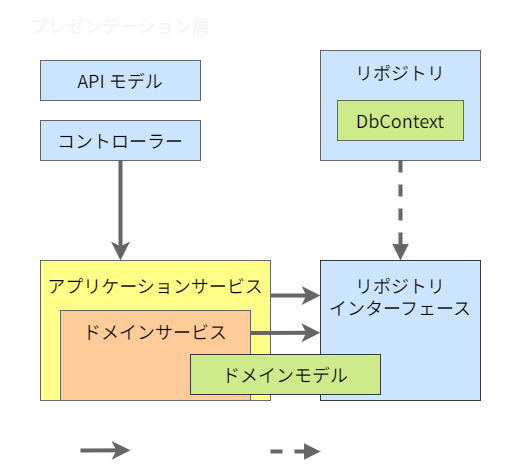
Earlier version of the draw.io export documents/contents/images/app-architecture/client-side-rendering/csr-architecture-dark.png (AlesInfiny/maris). Source tidied: cells renumbered, new cells last; positions are measured from the earlier drawing's top-left corner, leaving out a move shared by most shapes.
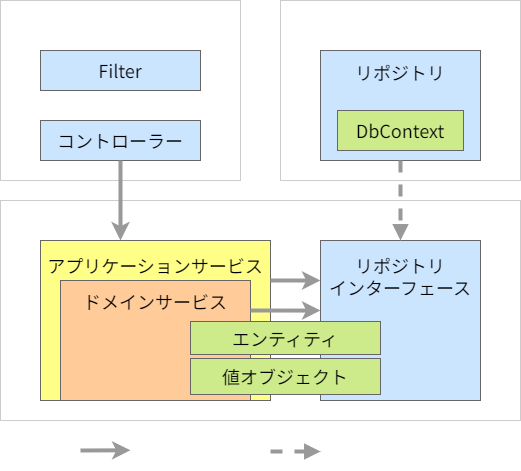
Above is the later version.

The edit, as a diff of the source:
```diff
@@ -2,70 +2,73 @@
   <root>
     <mxCell id="0" />
     <mxCell id="1" parent="0" />
-    <mxCell id="2" value="&lt;font color=&quot;#ffffff&quot;&gt;アプリケーションコア層&lt;/font&gt;" style="rounded=0;whiteSpace=wrap;html=1;fontFamily=Noto Sans JP;fontSize=18;strokeWidth=1;fontSource=https%3A%2F%2Ffonts.googleapis.com%2Fcss%3Ffamily%3DNoto%2BSans%2BJP;fillColor=none;strokeColor=#FFFFFF;spacingTop=8;verticalAlign=top;" parent="1" vertex="1">
-      <mxGeometry y="210" width="520" height="210" as="geometry" />
+    <mxCell id="2" value="&lt;font&gt;アプリケーションコア層&lt;br&gt;&lt;/font&gt;" style="rounded=0;whiteSpace=wrap;html=1;fontFamily=Noto Sans JP;fontSize=18;strokeWidth=1;fontSource=https%3A%2F%2Ffonts.googleapis.com%2Fcss%3Ffamily%3DNoto%2BSans%2BJP;fillColor=none;strokeColor=#CCCCCC;spacingTop=8;verticalAlign=top;fontColor=#FFFFFF;" parent="1" vertex="1">
+      <mxGeometry y="200" width="520" height="220" as="geometry" />
     </mxCell>
     <mxCell id="3" value="&lt;div&gt;&lt;font color=&quot;#000000&quot;&gt;アプリケーションサービス&lt;/font&gt;&lt;/div&gt;" style="rounded=0;whiteSpace=wrap;html=1;fontFamily=Noto Sans JP;fontSize=18;fillColor=#ffff88;strokeColor=#666666;strokeWidth=1;spacingLeft=0;fontSource=https%3A%2F%2Ffonts.googleapis.com%2Fcss%3Ffamily%3DNoto%2BSans%2BJP;align=center;verticalAlign=top;spacingTop=8;" parent="1" vertex="1">
-      <mxGeometry x="40" y="260" width="230" height="140" as="geometry" />
+      <mxGeometry x="40" y="240" width="230" height="160" as="geometry" />
     </mxCell>
-    <mxCell id="4" value="&lt;font&gt;&lt;font color=&quot;#ffffff&quot;&gt;インフラストラクチャ層&lt;/font&gt;&lt;br&gt;&lt;/font&gt;" style="rounded=0;whiteSpace=wrap;html=1;fontFamily=Noto Sans JP;fontSize=18;strokeWidth=1;fontSource=https%3A%2F%2Ffonts.googleapis.com%2Fcss%3Ffamily%3DNoto%2BSans%2BJP;fillColor=none;strokeColor=#FFFFFF;spacingTop=8;verticalAlign=top;fontColor=#000000;" parent="1" vertex="1">
+    <mxCell id="4" value="&lt;font&gt;インフラストラクチャ層&lt;br&gt;&lt;/font&gt;" style="rounded=0;whiteSpace=wrap;html=1;fontFamily=Noto Sans JP;fontSize=18;strokeWidth=1;fontSource=https%3A%2F%2Ffonts.googleapis.com%2Fcss%3Ffamily%3DNoto%2BSans%2BJP;fillColor=none;strokeColor=#CCCCCC;spacingTop=8;verticalAlign=top;fontColor=#FFFFFF;" parent="1" vertex="1">
       <mxGeometry x="280" width="240" height="180" as="geometry" />
     </mxCell>
-    <mxCell id="5" value="&lt;font&gt;プレゼンテーション層&lt;br&gt;&lt;/font&gt;" style="rounded=0;whiteSpace=wrap;html=1;fontFamily=Noto Sans JP;fontSize=18;strokeWidth=1;fontSource=https%3A%2F%2Ffonts.googleapis.com%2Fcss%3Ffamily%3DNoto%2BSans%2BJP;fillColor=none;strokeColor=#FFFFFF;spacingTop=8;verticalAlign=top;fontColor=#f5f4f4;" parent="1" vertex="1">
+    <mxCell id="5" value="&lt;font&gt;プレゼンテーション層&lt;br&gt;&lt;/font&gt;" style="rounded=0;whiteSpace=wrap;html=1;fontFamily=Noto Sans JP;fontSize=18;strokeWidth=1;fontSource=https%3A%2F%2Ffonts.googleapis.com%2Fcss%3Ffamily%3DNoto%2BSans%2BJP;fillColor=none;strokeColor=#CCCCCC;spacingTop=8;verticalAlign=top;fontColor=#FFFFFF;" parent="1" vertex="1">
       <mxGeometry width="240" height="180" as="geometry" />
     </mxCell>
     <mxCell id="6" value="&lt;div&gt;&lt;font color=&quot;#000000&quot;&gt;ドメインサービス&lt;/font&gt;&lt;/div&gt;" style="rounded=0;whiteSpace=wrap;html=1;fontFamily=Noto Sans JP;fontSize=18;fillColor=#ffcc99;strokeColor=#666666;strokeWidth=1;spacingLeft=0;fontSource=https%3A%2F%2Ffonts.googleapis.com%2Fcss%3Ffamily%3DNoto%2BSans%2BJP;align=center;verticalAlign=top;spacingTop=4;" parent="1" vertex="1">
-      <mxGeometry x="60" y="310" width="190" height="90" as="geometry" />
+      <mxGeometry x="60" y="280" width="190" height="120" as="geometry" />
     </mxCell>
     <mxCell id="7" value="&lt;font color=&quot;#000000&quot;&gt;リポジトリ&lt;br&gt;&lt;br&gt;&lt;br&gt;&lt;br&gt;&lt;/font&gt;" style="rounded=0;whiteSpace=wrap;html=1;fontFamily=Noto Sans JP;fontSize=18;fillColor=#cce5ff;strokeColor=#666666;strokeWidth=1;spacingLeft=0;fontSource=https%3A%2F%2Ffonts.googleapis.com%2Fcss%3Ffamily%3DNoto%2BSans%2BJP;" parent="1" vertex="1">
       <mxGeometry x="320" y="50" width="160" height="110" as="geometry" />
     </mxCell>
-    <mxCell id="8" value="&lt;font color=&quot;#000000&quot;&gt;リポジトリ&lt;br&gt;インターフェース&lt;br&gt;&lt;/font&gt;" style="rounded=0;whiteSpace=wrap;html=1;fontFamily=Noto Sans JP;fontSize=18;fillColor=#cce5ff;strokeColor=#36393d;strokeWidth=1;spacingLeft=0;fontSource=https%3A%2F%2Ffonts.googleapis.com%2Fcss%3Ffamily%3DNoto%2BSans%2BJP;verticalAlign=top;spacingTop=8;" parent="1" vertex="1">
-      <mxGeometry x="320" y="260" width="160" height="140" as="geometry" />
+    <mxCell id="8" value="&lt;font color=&quot;#000000&quot;&gt;リポジトリ&lt;br&gt;インターフェース&lt;br&gt;&lt;/font&gt;" style="rounded=0;whiteSpace=wrap;html=1;fontFamily=Noto Sans JP;fontSize=18;fillColor=#cce5ff;strokeColor=#666666;strokeWidth=1;spacingLeft=0;fontSource=https%3A%2F%2Ffonts.googleapis.com%2Fcss%3Ffamily%3DNoto%2BSans%2BJP;verticalAlign=top;spacingTop=8;" parent="1" vertex="1">
+      <mxGeometry x="320" y="240" width="160" height="160" as="geometry" />
     </mxCell>
     <mxCell id="9" value="&lt;font color=&quot;#000000&quot;&gt;コントローラー&lt;/font&gt;" style="rounded=0;whiteSpace=wrap;html=1;fontFamily=Noto Sans JP;fontSize=18;fillColor=#cce5ff;strokeColor=#666666;strokeWidth=1;spacingLeft=0;fontSource=https%3A%2F%2Ffonts.googleapis.com%2Fcss%3Ffamily%3DNoto%2BSans%2BJP;" parent="1" vertex="1">
       <mxGeometry x="40" y="120" width="160" height="40" as="geometry" />
     </mxCell>
+    <mxCell id="21" value="&lt;font color=&quot;#000000&quot;&gt;Filter&lt;/font&gt;" style="rounded=0;whiteSpace=wrap;html=1;fontFamily=Noto Sans JP;fontSize=18;fillColor=#cce5ff;strokeColor=#666666;strokeWidth=1;spacingLeft=0;fontSource=https%3A%2F%2Ffonts.googleapis.com%2Fcss%3Ffamily%3DNoto%2BSans%2BJP;" parent="1" vertex="1">
+      <mxGeometry x="40" y="50" width="160" height="40" as="geometry" />
+    </mxCell>
-    <mxCell id="10" value="&lt;font color=&quot;#000000&quot;&gt;DbContext&lt;/font&gt;" style="rounded=0;whiteSpace=wrap;html=1;fontFamily=Noto Sans JP;fontSize=18;fillColor=#cdeb8b;strokeColor=#666666;strokeWidth=1;spacingLeft=0;fontSource=https%3A%2F%2Ffonts.googleapis.com%2Fcss%3Ffamily%3DNoto%2BSans%2BJP;" parent="1" vertex="1">
-      <mxGeometry x="337" y="100" width="126" height="40" as="geometry" />
+    <mxCell id="10" value="DbContext" style="rounded=0;whiteSpace=wrap;html=1;fontFamily=Noto Sans JP;fontSize=18;fillColor=#cdeb8b;strokeColor=#666666;strokeWidth=1;spacingLeft=0;fontSource=https%3A%2F%2Ffonts.googleapis.com%2Fcss%3Ffamily%3DNoto%2BSans%2BJP;" parent="1" vertex="1">
+      <mxGeometry x="337" y="110" width="126" height="40" as="geometry" />
     </mxCell>
-    <mxCell id="11" style="edgeStyle=none;sketch=0;html=1;exitX=0.5;exitY=1;exitDx=0;exitDy=0;shadow=0;fontColor=#000000;endArrow=classic;endFill=1;strokeColor=#666666;strokeWidth=4;" parent="1" edge="1" source="9">
-      <mxGeometry relative="1" as="geometry">
-        <mxPoint x="120" y="260" as="targetPoint" />
-      </mxGeometry>
-    </mxCell>
+    <mxCell id="22" style="edgeStyle=none;sketch=0;html=1;exitX=0.5;exitY=1;exitDx=0;exitDy=0;shadow=0;fontColor=#000000;endArrow=classic;endFill=1;strokeColor=#999999;strokeWidth=4;" parent="1" edge="1" source="9">
+      <mxGeometry relative="1" as="geometry">
+        <mxPoint x="120" y="240" as="targetPoint" />
+      </mxGeometry>
+    </mxCell>
-    <mxCell id="12" style="edgeStyle=none;sketch=0;html=1;exitX=0.5;exitY=1;exitDx=0;exitDy=0;shadow=0;fontColor=#000000;endArrow=block;endFill=1;strokeColor=#666666;strokeWidth=4;dashed=1;" parent="1" edge="1" source="7" target="8">
+    <mxCell id="12" style="edgeStyle=none;sketch=0;html=1;exitX=0.5;exitY=1;exitDx=0;exitDy=0;shadow=0;fontColor=#000000;endArrow=block;endFill=1;strokeColor=#999999;strokeWidth=4;dashed=1;" parent="1" edge="1" source="7" target="8">
       <mxGeometry relative="1" as="geometry" />
     </mxCell>
-    <mxCell id="13" value="&lt;font color=&quot;#000000&quot;&gt;ドメインモデル&lt;/font&gt;" style="rounded=0;whiteSpace=wrap;html=1;fontFamily=Noto Sans JP;fontSize=18;fillColor=#cdeb8b;strokeColor=#36393d;strokeWidth=1;spacingLeft=0;fontSource=https%3A%2F%2Ffonts.googleapis.com%2Fcss%3Ffamily%3DNoto%2BSans%2BJP;" parent="1" vertex="1">
-      <mxGeometry x="190" y="354" width="190" height="40" as="geometry" />
-    </mxCell>
+    <mxCell id="23" value="値オブジェクト" style="rounded=0;whiteSpace=wrap;html=1;fontFamily=Noto Sans JP;fontSize=18;fillColor=#cdeb8b;strokeColor=#666666;strokeWidth=1;spacingLeft=0;fontSource=https%3A%2F%2Ffonts.googleapis.com%2Fcss%3Ffamily%3DNoto%2BSans%2BJP;" parent="1" vertex="1">
+      <mxGeometry x="190" y="358" width="190" height="36" as="geometry" />
+    </mxCell>
     <mxCell id="14" value="依存関係" style="text;html=1;strokeColor=none;fillColor=none;align=left;verticalAlign=middle;whiteSpace=wrap;rounded=0;fontFamily=Noto Sans JP;fontSource=https%3A%2F%2Ffonts.googleapis.com%2Fcss%3Ffamily%3DNoto%2BSans%2BJP;fontSize=18;fontColor=#FFFFFF;" parent="1" vertex="1">
       <mxGeometry x="140" y="430" width="90" height="40" as="geometry" />
     </mxCell>
-    <mxCell id="15" style="edgeStyle=none;sketch=0;html=1;shadow=0;fontColor=#FFFFFF;endArrow=classic;endFill=1;strokeColor=#666666;strokeWidth=4;" parent="1" edge="1">
-      <mxGeometry relative="1" as="geometry">
-        <mxPoint x="80" y="450" as="sourcePoint" />
-        <mxPoint x="130" y="449.8" as="targetPoint" />
-      </mxGeometry>
-    </mxCell>
+    <mxCell id="24" style="edgeStyle=none;sketch=0;html=1;shadow=0;fontColor=#000000;endArrow=classic;endFill=1;strokeColor=#999999;strokeWidth=4;" parent="1" edge="1">
+      <mxGeometry relative="1" as="geometry">
+        <mxPoint x="80" y="450" as="sourcePoint" />
+        <mxPoint x="130" y="449.8" as="targetPoint" />
+      </mxGeometry>
+    </mxCell>
     <mxCell id="16" value="実装関係" style="text;html=1;strokeColor=none;fillColor=none;align=left;verticalAlign=middle;whiteSpace=wrap;rounded=0;fontFamily=Noto Sans JP;fontSource=https%3A%2F%2Ffonts.googleapis.com%2Fcss%3Ffamily%3DNoto%2BSans%2BJP;fontSize=18;fontColor=#FFFFFF;" parent="1" vertex="1">
       <mxGeometry x="328.4" y="430" width="90" height="40" as="geometry" />
     </mxCell>
-    <mxCell id="17" style="edgeStyle=none;sketch=0;html=1;shadow=0;fontColor=#000000;endArrow=block;endFill=1;strokeColor=#666666;strokeWidth=4;dashed=1;" parent="1" edge="1">
-      <mxGeometry relative="1" as="geometry">
-        <mxPoint x="270" y="451" as="sourcePoint" />
-        <mxPoint x="320" y="451" as="targetPoint" />
-      </mxGeometry>
-    </mxCell>
+    <mxCell id="25" style="edgeStyle=none;sketch=0;html=1;shadow=0;fontColor=#000000;endArrow=block;endFill=1;strokeColor=#999999;strokeWidth=4;dashed=1;" parent="1" edge="1">
+      <mxGeometry relative="1" as="geometry">
+        <mxPoint x="270" y="451" as="sourcePoint" />
+        <mxPoint x="320" y="451" as="targetPoint" />
+      </mxGeometry>
+    </mxCell>
-    <mxCell id="18" style="edgeStyle=none;sketch=0;html=1;shadow=0;fontColor=#000000;endArrow=classic;endFill=1;strokeColor=#666666;strokeWidth=4;exitX=1;exitY=0.25;exitDx=0;exitDy=0;entryX=-0.001;entryY=0.516;entryDx=0;entryDy=0;entryPerimeter=0;" parent="1" edge="1" source="6" target="8">
+    <mxCell id="18" style="edgeStyle=none;sketch=0;html=1;shadow=0;fontColor=#000000;endArrow=classic;endFill=1;strokeColor=#999999;strokeWidth=4;exitX=1;exitY=0.25;exitDx=0;exitDy=0;entryX=0;entryY=0.438;entryDx=0;entryDy=0;entryPerimeter=0;" parent="1" edge="1" source="6" target="8">
       <mxGeometry relative="1" as="geometry" />
     </mxCell>
-    <mxCell id="19" style="edgeStyle=none;sketch=0;html=1;exitX=1;exitY=0.25;exitDx=0;exitDy=0;shadow=0;fontColor=#000000;endArrow=classic;endFill=1;strokeColor=#666666;strokeWidth=4;entryX=0;entryY=0.25;entryDx=0;entryDy=0;" parent="1" edge="1" source="3" target="8">
+    <mxCell id="19" style="edgeStyle=none;sketch=0;html=1;exitX=1;exitY=0.25;exitDx=0;exitDy=0;shadow=0;fontColor=#000000;endArrow=classic;endFill=1;strokeColor=#999999;strokeWidth=4;entryX=0;entryY=0.25;entryDx=0;entryDy=0;" parent="1" edge="1" source="3" target="8">
       <mxGeometry relative="1" as="geometry" />
     </mxCell>
-    <mxCell id="20" value="&lt;font color=&quot;#000000&quot;&gt;API モデル&lt;/font&gt;" style="rounded=0;whiteSpace=wrap;html=1;fontFamily=Noto Sans JP;fontSize=18;fillColor=#cce5ff;strokeColor=#666666;strokeWidth=1;spacingLeft=0;fontSource=https%3A%2F%2Ffonts.googleapis.com%2Fcss%3Ffamily%3DNoto%2BSans%2BJP;" parent="1" vertex="1">
-      <mxGeometry x="40" y="60" width="160" height="40" as="geometry" />
-    </mxCell>
+    <mxCell id="26" value="エンティティ" style="rounded=0;whiteSpace=wrap;html=1;fontFamily=Noto Sans JP;fontSize=18;fillColor=#cdeb8b;strokeColor=#666666;strokeWidth=1;spacingLeft=0;fontSource=https%3A%2F%2Ffonts.googleapis.com%2Fcss%3Ffamily%3DNoto%2BSans%2BJP;" parent="1" vertex="1">
+      <mxGeometry x="190" y="321" width="190" height="33" as="geometry" />
+    </mxCell>
   </root>
 </mxGraphModel>
```
